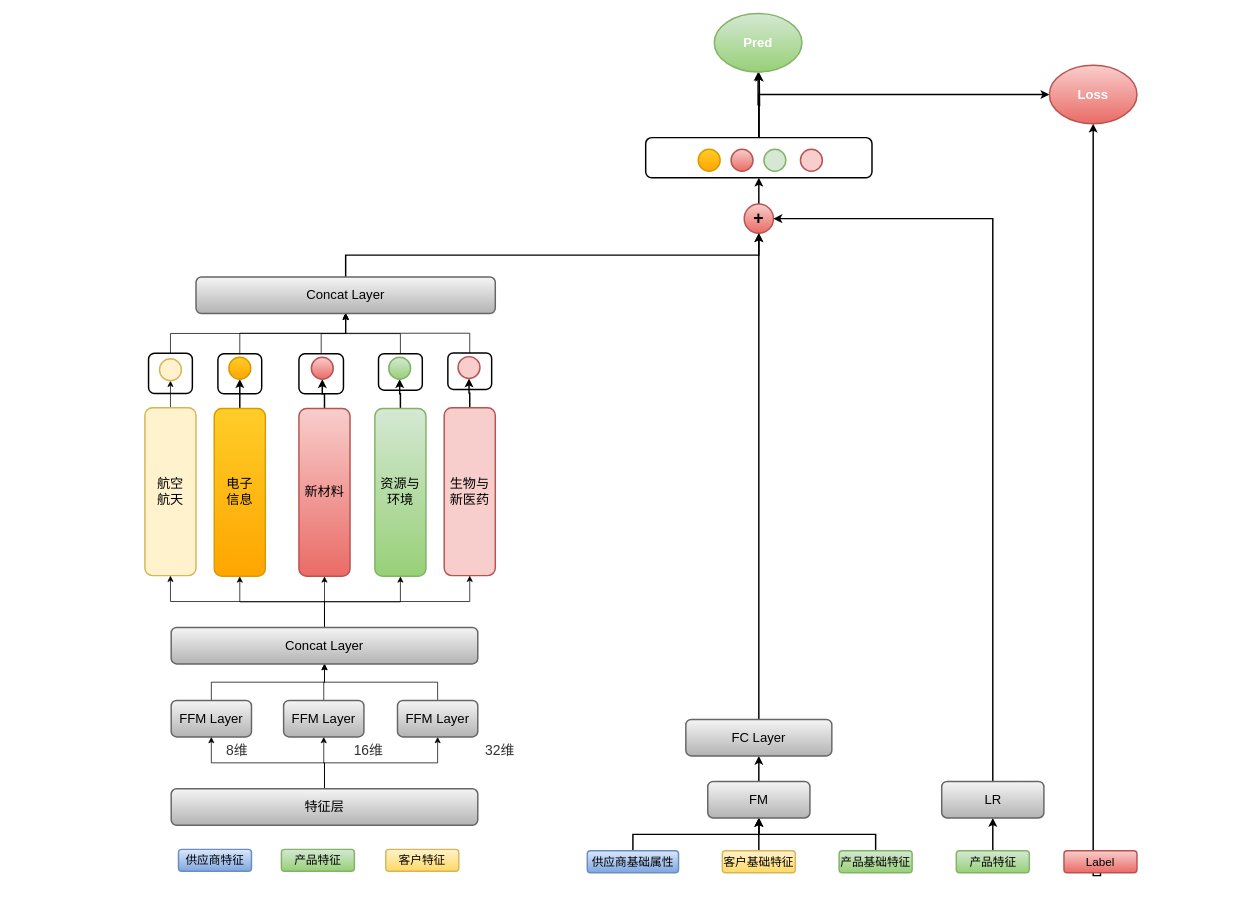
The draw.io diagram GYS1.drawio in TimDengx86/diag, before the edit. Source tidied: cells renumbered, new cells numbered last; positions are measured from the earlier drawing's top-left corner, leaving out a move shared by most shapes. Both pictures are drawn from the tidied source at 73%, with x=0, y=0 at pixel (145, 13).
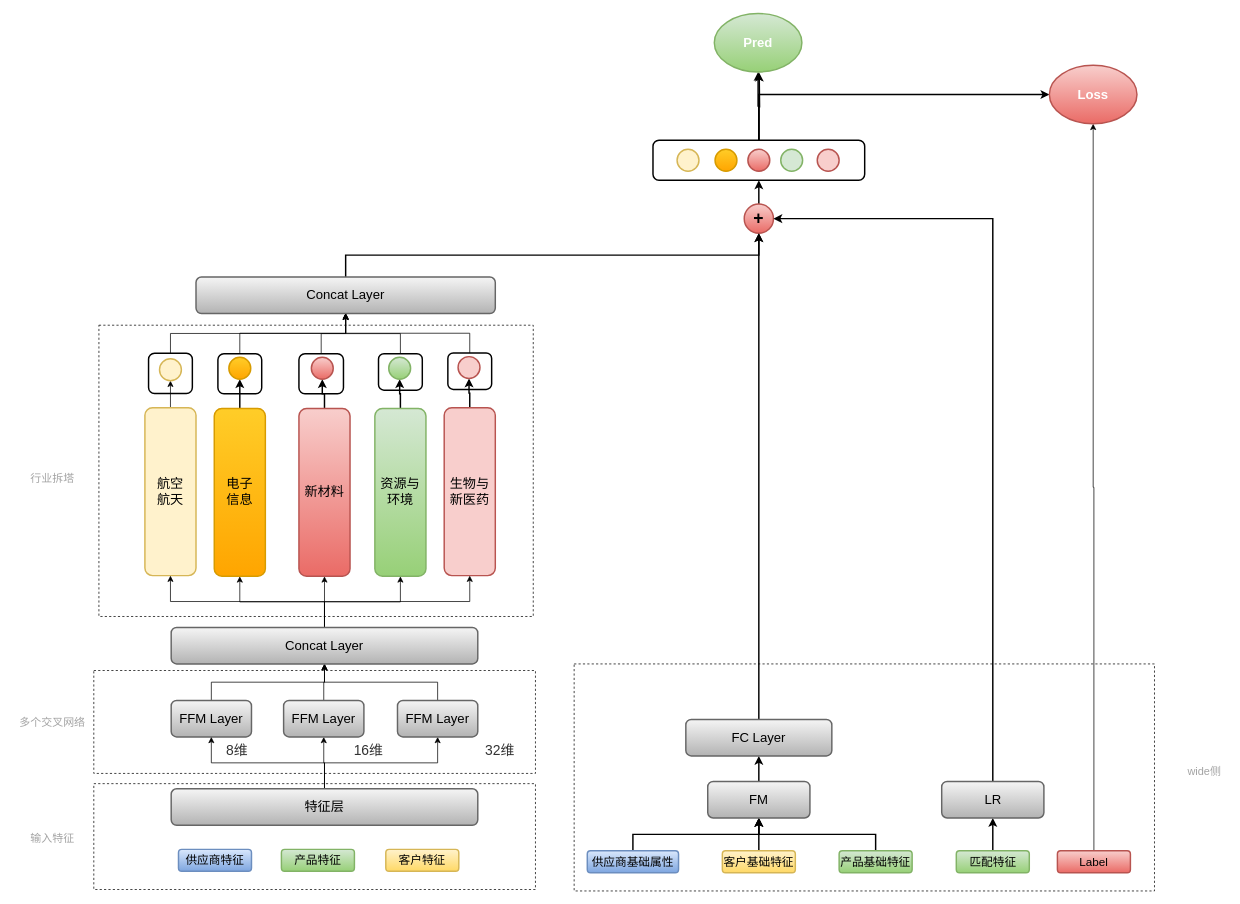
Above is the later version.

Unchanged cells that the change refers to:
```xml
<mxCell id="50" value="&lt;font style=&quot;font-size: 18px&quot;&gt;Loss&lt;/font&gt;" style="ellipse;whiteSpace=wrap;html=1;shadow=0;fontSize=18;strokeWidth=2;fillColor=#f8cecc;gradientColor=#ea6b66;fontStyle=1;strokeColor=#b85450;fontColor=#FFFFFF;" parent="1" vertex="1">
  <mxGeometry x="1239" y="71" width="120" height="80" as="geometry" />
</mxCell>
```

The edit, as a diff of the source:
```diff
@@
+    <mxCell id="79" style="rounded=0;whiteSpace=wrap;html=1;dashed=1;fontSize=15;fontColor=#A3A3A3;" parent="1" vertex="1">
+      <mxGeometry x="588" y="891" width="795" height="311" as="geometry" />
+    </mxCell>
+    <mxCell id="80" style="rounded=0;whiteSpace=wrap;html=1;dashed=1;fontSize=15;fontColor=#A3A3A3;" parent="1" vertex="1">
+      <mxGeometry x="-70" y="1055" width="605" height="145" as="geometry" />
+    </mxCell>
+    <mxCell id="81" style="rounded=0;whiteSpace=wrap;html=1;dashed=1;fontSize=15;fontColor=#A3A3A3;" parent="1" vertex="1">
+      <mxGeometry x="-70" y="900" width="605" height="141" as="geometry" />
+    </mxCell>
+    <mxCell id="82" style="rounded=0;whiteSpace=wrap;html=1;dashed=1;fontSize=15;fontColor=#A3A3A3;" parent="1" vertex="1">
+      <mxGeometry x="-63" y="427" width="595" height="399" as="geometry" />
+    </mxCell>
@@
-    <mxCell id="8" value="产品特征" style="rounded=1;whiteSpace=wrap;html=1;fontSize=16;fillColor=#d5e8d4;strokeColor=#82b366;gradientColor=#97d077;strokeWidth=2;" parent="1" vertex="1">
+    <mxCell id="8" value="匹配特征" style="rounded=1;whiteSpace=wrap;html=1;fontSize=16;fillColor=#d5e8d4;strokeColor=#82b366;gradientColor=#97d077;strokeWidth=2;" parent="1" vertex="1">
       <mxGeometry x="1111.5" y="1147" width="100" height="30" as="geometry" />
     </mxCell>
@@
     <mxCell id="24" style="ellipse;whiteSpace=wrap;html=1;fillColor=#ffcd28;gradientColor=#ffa500;strokeColor=#d79b00;strokeWidth=2;" parent="1" vertex="1">
-      <mxGeometry x="758" y="186" width="30" height="30" as="geometry" />
+      <mxGeometry x="781" y="186" width="30" height="30" as="geometry" />
     </mxCell>
     <mxCell id="25" style="ellipse;whiteSpace=wrap;html=1;fillColor=#f8cecc;gradientColor=#ea6b66;strokeColor=#b85450;strokeWidth=2;" parent="1" vertex="1">
-      <mxGeometry x="803" y="186" width="30" height="30" as="geometry" />
+      <mxGeometry x="826" y="186" width="30" height="30" as="geometry" />
     </mxCell>
     <mxCell id="26" style="ellipse;whiteSpace=wrap;html=1;fillColor=#d5e8d4;strokeColor=#82b366;strokeWidth=2;" parent="1" vertex="1">
-      <mxGeometry x="848" y="186" width="30" height="30" as="geometry" />
+      <mxGeometry x="871" y="186" width="30" height="30" as="geometry" />
     </mxCell>
     <mxCell id="27" style="ellipse;whiteSpace=wrap;html=1;fillColor=#f8cecc;strokeColor=#b85450;strokeWidth=2;" parent="1" vertex="1">
-      <mxGeometry x="898" y="186" width="30" height="30" as="geometry" />
+      <mxGeometry x="921" y="186" width="30" height="30" as="geometry" />
     </mxCell>
@@
     <mxCell id="37" style="rounded=1;whiteSpace=wrap;html=1;shadow=0;gradientColor=none;fillColor=none;strokeWidth=2;" parent="1" vertex="1">
-      <mxGeometry x="686" y="170" width="310" height="55" as="geometry" />
+      <mxGeometry x="696" y="173.5" width="290" height="55" as="geometry" />
     </mxCell>
@@
-    <mxCell id="48" style="edgeStyle=orthogonalEdgeStyle;rounded=0;jettySize=auto;html=1;exitX=0.5;exitY=0;exitDx=0;exitDy=0;entryX=0.5;entryY=1;entryDx=0;entryDy=0;fontSize=16;strokeWidth=2;" parent="1" edge="1" source="49" target="50">
-      <mxGeometry relative="1" as="geometry">
-        <Array as="points">
-          <mxPoint x="1309" y="1181" />
-        </Array>
-      </mxGeometry>
+    <mxCell id="48" style="edgeStyle=orthogonalEdgeStyle;rounded=0;jettySize=auto;html=1;entryX=0.5;entryY=1;entryDx=0;entryDy=0;" parent="1" edge="1" source="49" target="50">
+      <mxGeometry relative="1" as="geometry" />
     </mxCell>
     <mxCell id="49" value="Label" style="rounded=1;whiteSpace=wrap;html=1;fontSize=16;fillColor=#f8cecc;strokeColor=#b85450;gradientColor=#ea6b66;strokeWidth=2;" parent="1" vertex="1">
-      <mxGeometry x="1259" y="1147" width="100" height="30" as="geometry" />
+      <mxGeometry x="1250" y="1147" width="100" height="30" as="geometry" />
     </mxCell>
@@
+    <mxCell id="83" style="ellipse;whiteSpace=wrap;html=1;fillColor=#fff2cc;strokeColor=#d6b656;strokeWidth=2;" parent="1" vertex="1">
+      <mxGeometry x="729" y="186" width="30" height="30" as="geometry" />
+    </mxCell>
+    <mxCell id="84" value="&lt;font color=&quot;#a3a3a3&quot; style=&quot;font-size: 15px;&quot;&gt;行业拆塔&lt;/font&gt;" style="text;html=1;align=center;verticalAlign=middle;strokeColor=none;fillColor=none;" parent="1" vertex="1">
+      <mxGeometry x="-166" y="620.5" width="78" height="30" as="geometry" />
+    </mxCell>
+    <mxCell id="85" value="&lt;font color=&quot;#a3a3a3&quot;&gt;&lt;span style=&quot;font-size: 15px;&quot;&gt;多个交叉网络&lt;/span&gt;&lt;/font&gt;" style="text;html=1;align=center;verticalAlign=middle;strokeColor=none;fillColor=none;" parent="1" vertex="1">
+      <mxGeometry x="-181" y="955.5" width="108" height="30" as="geometry" />
+    </mxCell>
+    <mxCell id="86" value="&lt;font color=&quot;#a3a3a3&quot;&gt;&lt;span style=&quot;font-size: 15px;&quot;&gt;输入特征&lt;/span&gt;&lt;/font&gt;" style="text;html=1;align=center;verticalAlign=middle;strokeColor=none;fillColor=none;" parent="1" vertex="1">
+      <mxGeometry x="-166" y="1115" width="78" height="30" as="geometry" />
+    </mxCell>
+    <mxCell id="87" value="&lt;font color=&quot;#a3a3a3&quot;&gt;&lt;span style=&quot;font-size: 15px;&quot;&gt;wide侧&lt;/span&gt;&lt;/font&gt;" style="text;html=1;align=center;verticalAlign=middle;strokeColor=none;fillColor=none;" parent="1" vertex="1">
+      <mxGeometry x="1419" y="1022" width="64" height="30" as="geometry" />
+    </mxCell>
```
